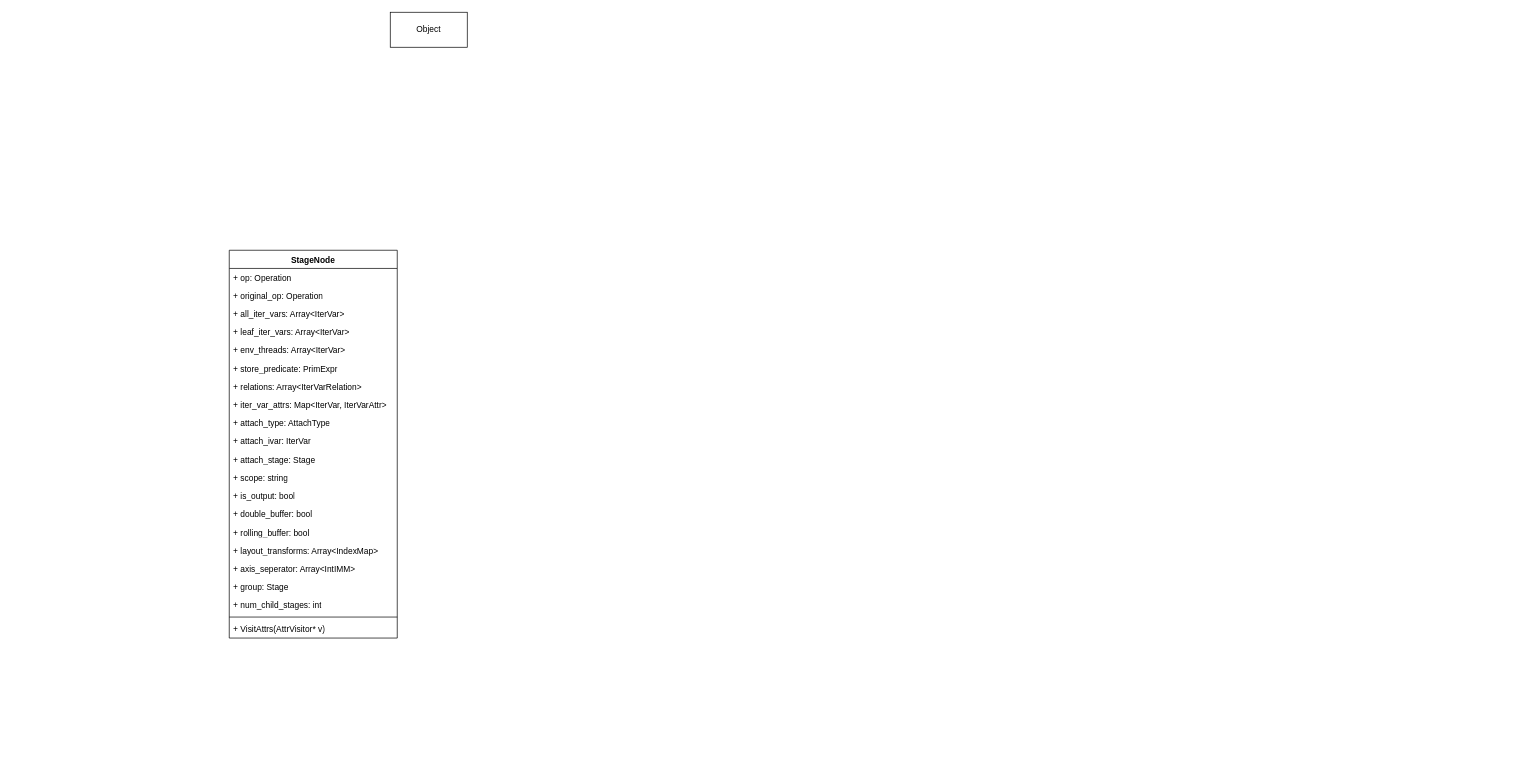
Earlier version of the draw.io diagram page "schedule" (13 of 13) of 未命名绘图.drawio (gdhzyz/draws). Source tidied: cells renumbered, new cells numbered last; positions are measured from the earlier drawing's top-left corner, leaving out a move shared by most shapes. Both pictures are drawn from the tidied source at 70%, with x=0, y=0 at pixel (229, 12).
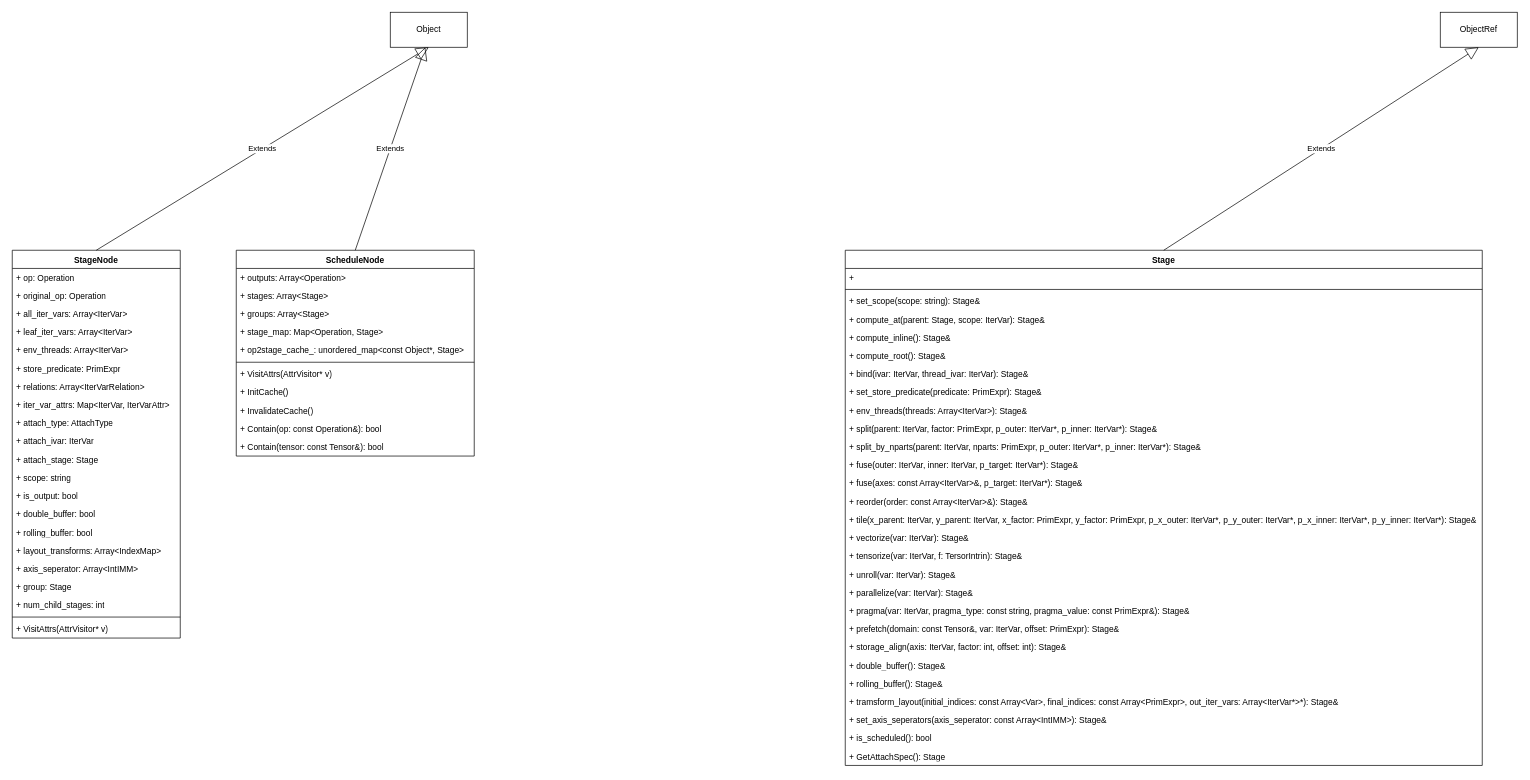
Above is the later version.

Unchanged cells that the change refers to:
```xml
<mxCell id="2" value="Object" style="html=1;whiteSpace=wrap;" parent="1" vertex="1">
  <mxGeometry x="230" width="110" height="50" as="geometry" />
</mxCell>
```

The edit, as a diff of the source:
```diff
@@
     <mxCell id="3" value="StageNode" style="swimlane;fontStyle=1;align=center;verticalAlign=top;horizontal=1;startSize=26;whiteSpace=wrap;html=1;" parent="1" vertex="1">
-      <mxGeometry y="340" width="240" height="554" as="geometry" />
+      <mxGeometry x="-310" y="340" width="240" height="554" as="geometry" />
     </mxCell>
@@
+    <mxCell id="25" value="ObjectRef" style="html=1;whiteSpace=wrap;" parent="1" vertex="1">
+      <mxGeometry x="1730" width="110" height="50" as="geometry" />
+    </mxCell>
+    <mxCell id="26" value="Stage" style="swimlane;fontStyle=1;align=center;verticalAlign=top;horizontal=1;startSize=26;whiteSpace=wrap;html=1;" parent="1" vertex="1">
+      <mxGeometry x="880" y="340" width="910" height="736" as="geometry" />
+    </mxCell>
+    <mxCell id="27" value="+&amp;nbsp;" style="text;strokeColor=none;fillColor=none;align=left;verticalAlign=top;spacingLeft=4;spacingRight=4;overflow=hidden;whiteSpace=wrap;html=1;" parent="26" vertex="1">
+      <mxGeometry y="26" width="910" height="26" as="geometry" />
+    </mxCell>
+    <mxCell id="28" style="line;strokeWidth=1;fillColor=none;align=left;verticalAlign=middle;spacingTop=-1;spacingLeft=3;spacingRight=3;labelPosition=right;strokeColor=inherit;" parent="26" vertex="1">
+      <mxGeometry y="52" width="910" height="8" as="geometry" />
+    </mxCell>
+    <mxCell id="29" value="+ set_scope(scope: string): Stage&amp;amp;" style="text;strokeColor=none;fillColor=none;align=left;verticalAlign=top;spacingLeft=4;spacingRight=4;overflow=hidden;whiteSpace=wrap;html=1;" parent="26" vertex="1">
+      <mxGeometry y="60" width="910" height="26" as="geometry" />
+    </mxCell>
+    <mxCell id="30" value="+ compute_at(parent: Stage, scope: IterVar): Stage&amp;amp;" style="text;strokeColor=none;fillColor=none;align=left;verticalAlign=top;spacingLeft=4;spacingRight=4;overflow=hidden;whiteSpace=wrap;html=1;" parent="26" vertex="1">
+      <mxGeometry y="86" width="910" height="26" as="geometry" />
+    </mxCell>
+    <mxCell id="31" value="+ compute_inline(): Stage&amp;amp;" style="text;strokeColor=none;fillColor=none;align=left;verticalAlign=top;spacingLeft=4;spacingRight=4;overflow=hidden;whiteSpace=wrap;html=1;" parent="26" vertex="1">
+      <mxGeometry y="112" width="910" height="26" as="geometry" />
+    </mxCell>
+    <mxCell id="32" value="+ compute_root(): Stage&amp;amp;" style="text;strokeColor=none;fillColor=none;align=left;verticalAlign=top;spacingLeft=4;spacingRight=4;overflow=hidden;whiteSpace=wrap;html=1;" parent="26" vertex="1">
+      <mxGeometry y="138" width="910" height="26" as="geometry" />
+    </mxCell>
+    <mxCell id="33" value="+ bind(ivar: IterVar, thread_ivar: IterVar): Stage&amp;amp;" style="text;strokeColor=none;fillColor=none;align=left;verticalAlign=top;spacingLeft=4;spacingRight=4;overflow=hidden;whiteSpace=wrap;html=1;" parent="26" vertex="1">
+      <mxGeometry y="164" width="910" height="26" as="geometry" />
+    </mxCell>
+    <mxCell id="34" value="+ set_store_predicate(predicate: PrimExpr): Stage&amp;amp;" style="text;strokeColor=none;fillColor=none;align=left;verticalAlign=top;spacingLeft=4;spacingRight=4;overflow=hidden;whiteSpace=wrap;html=1;" parent="26" vertex="1">
+      <mxGeometry y="190" width="910" height="26" as="geometry" />
+    </mxCell>
+    <mxCell id="35" value="+ env_threads(threads: Array&amp;lt;IterVar&amp;gt;): Stage&amp;amp;" style="text;strokeColor=none;fillColor=none;align=left;verticalAlign=top;spacingLeft=4;spacingRight=4;overflow=hidden;whiteSpace=wrap;html=1;" parent="26" vertex="1">
+      <mxGeometry y="216" width="910" height="26" as="geometry" />
+    </mxCell>
+    <mxCell id="36" value="+ split(parent: IterVar, factor: PrimExpr, p_outer: IterVar*, p_inner: IterVar*): Stage&amp;amp;" style="text;strokeColor=none;fillColor=none;align=left;verticalAlign=top;spacingLeft=4;spacingRight=4;overflow=hidden;whiteSpace=wrap;html=1;" parent="26" vertex="1">
+      <mxGeometry y="242" width="910" height="26" as="geometry" />
+    </mxCell>
+    <mxCell id="37" value="+ split_by_nparts(parent: IterVar, nparts: PrimExpr, p_outer: IterVar*, p_inner: IterVar*): Stage&amp;amp;" style="text;strokeColor=none;fillColor=none;align=left;verticalAlign=top;spacingLeft=4;spacingRight=4;overflow=hidden;whiteSpace=wrap;html=1;" parent="26" vertex="1">
+      <mxGeometry y="268" width="910" height="26" as="geometry" />
+    </mxCell>
+    <mxCell id="38" value="+ fuse(outer: IterVar, inner: IterVar, p_target: IterVar*): Stage&amp;amp;" style="text;strokeColor=none;fillColor=none;align=left;verticalAlign=top;spacingLeft=4;spacingRight=4;overflow=hidden;whiteSpace=wrap;html=1;" parent="26" vertex="1">
+      <mxGeometry y="294" width="910" height="26" as="geometry" />
+    </mxCell>
+    <mxCell id="39" value="+ fuse(axes: const Array&amp;lt;IterVar&amp;gt;&amp;amp;, p_target: IterVar*): Stage&amp;amp;" style="text;strokeColor=none;fillColor=none;align=left;verticalAlign=top;spacingLeft=4;spacingRight=4;overflow=hidden;whiteSpace=wrap;html=1;" parent="26" vertex="1">
+      <mxGeometry y="320" width="910" height="26" as="geometry" />
+    </mxCell>
+    <mxCell id="40" value="+ reorder(order: const Array&amp;lt;IterVar&amp;gt;&amp;amp;): Stage&amp;amp;" style="text;strokeColor=none;fillColor=none;align=left;verticalAlign=top;spacingLeft=4;spacingRight=4;overflow=hidden;whiteSpace=wrap;html=1;" parent="26" vertex="1">
+      <mxGeometry y="346" width="910" height="26" as="geometry" />
+    </mxCell>
+    <mxCell id="41" value="+ tile(x_parent: IterVar, y_parent: IterVar, x_factor: PrimExpr, y_factor: PrimExpr, p_x_outer: IterVar*, p_y_outer: IterVar*, p_x_inner: IterVar*, p_y_inner: IterVar*): Stage&amp;amp;" style="text;strokeColor=none;fillColor=none;align=left;verticalAlign=top;spacingLeft=4;spacingRight=4;overflow=hidden;whiteSpace=wrap;html=1;" parent="26" vertex="1">
+      <mxGeometry y="372" width="910" height="26" as="geometry" />
+    </mxCell>
+    <mxCell id="42" value="+ vectorize(var: IterVar): Stage&amp;amp;" style="text;strokeColor=none;fillColor=none;align=left;verticalAlign=top;spacingLeft=4;spacingRight=4;overflow=hidden;whiteSpace=wrap;html=1;" parent="26" vertex="1">
+      <mxGeometry y="398" width="910" height="26" as="geometry" />
+    </mxCell>
+    <mxCell id="43" value="+ tensorize(var: IterVar, f: TersorIntrin): Stage&amp;amp;" style="text;strokeColor=none;fillColor=none;align=left;verticalAlign=top;spacingLeft=4;spacingRight=4;overflow=hidden;whiteSpace=wrap;html=1;" parent="26" vertex="1">
+      <mxGeometry y="424" width="910" height="26" as="geometry" />
+    </mxCell>
+    <mxCell id="44" value="+ unroll(var: IterVar): Stage&amp;amp;" style="text;strokeColor=none;fillColor=none;align=left;verticalAlign=top;spacingLeft=4;spacingRight=4;overflow=hidden;whiteSpace=wrap;html=1;" parent="26" vertex="1">
+      <mxGeometry y="450" width="910" height="26" as="geometry" />
+    </mxCell>
+    <mxCell id="45" value="+ parallelize(var: IterVar): Stage&amp;amp;" style="text;strokeColor=none;fillColor=none;align=left;verticalAlign=top;spacingLeft=4;spacingRight=4;overflow=hidden;whiteSpace=wrap;html=1;" parent="26" vertex="1">
+      <mxGeometry y="476" width="910" height="26" as="geometry" />
+    </mxCell>
+    <mxCell id="46" value="+ pragma(var: IterVar, pragma_type: const string, pragma_value: const PrimExpr&amp;amp;): Stage&amp;amp;" style="text;strokeColor=none;fillColor=none;align=left;verticalAlign=top;spacingLeft=4;spacingRight=4;overflow=hidden;whiteSpace=wrap;html=1;" parent="26" vertex="1">
+      <mxGeometry y="502" width="910" height="26" as="geometry" />
+    </mxCell>
+    <mxCell id="47" value="+ prefetch(domain: const Tensor&amp;amp;, var: IterVar, offset: PrimExpr): Stage&amp;amp;" style="text;strokeColor=none;fillColor=none;align=left;verticalAlign=top;spacingLeft=4;spacingRight=4;overflow=hidden;whiteSpace=wrap;html=1;" parent="26" vertex="1">
+      <mxGeometry y="528" width="910" height="26" as="geometry" />
+    </mxCell>
+    <mxCell id="48" value="+ storage_align(axis: IterVar, factor: int, offset: int): Stage&amp;amp;" style="text;strokeColor=none;fillColor=none;align=left;verticalAlign=top;spacingLeft=4;spacingRight=4;overflow=hidden;whiteSpace=wrap;html=1;" parent="26" vertex="1">
+      <mxGeometry y="554" width="910" height="26" as="geometry" />
+    </mxCell>
+    <mxCell id="49" value="+ double_buffer(): Stage&amp;amp;" style="text;strokeColor=none;fillColor=none;align=left;verticalAlign=top;spacingLeft=4;spacingRight=4;overflow=hidden;whiteSpace=wrap;html=1;" parent="26" vertex="1">
+      <mxGeometry y="580" width="910" height="26" as="geometry" />
+    </mxCell>
+    <mxCell id="50" value="+ rolling_buffer(): Stage&amp;amp;" style="text;strokeColor=none;fillColor=none;align=left;verticalAlign=top;spacingLeft=4;spacingRight=4;overflow=hidden;whiteSpace=wrap;html=1;" parent="26" vertex="1">
+      <mxGeometry y="606" width="910" height="26" as="geometry" />
+    </mxCell>
+    <mxCell id="51" value="+ tramsform_layout(initial_indices: const Array&amp;lt;Var&amp;gt;, final_indices: const Array&amp;lt;PrimExpr&amp;gt;, out_iter_vars: Array&amp;lt;IterVar*&amp;gt;*): Stage&amp;amp;" style="text;strokeColor=none;fillColor=none;align=left;verticalAlign=top;spacingLeft=4;spacingRight=4;overflow=hidden;whiteSpace=wrap;html=1;" parent="26" vertex="1">
+      <mxGeometry y="632" width="910" height="26" as="geometry" />
+    </mxCell>
+    <mxCell id="52" value="+ set_axis_seperators(axis_seperator: const Array&amp;lt;IntIMM&amp;gt;): Stage&amp;amp;" style="text;strokeColor=none;fillColor=none;align=left;verticalAlign=top;spacingLeft=4;spacingRight=4;overflow=hidden;whiteSpace=wrap;html=1;" parent="26" vertex="1">
+      <mxGeometry y="658" width="910" height="26" as="geometry" />
+    </mxCell>
+    <mxCell id="53" value="+ is_scheduled(): bool" style="text;strokeColor=none;fillColor=none;align=left;verticalAlign=top;spacingLeft=4;spacingRight=4;overflow=hidden;whiteSpace=wrap;html=1;" parent="26" vertex="1">
+      <mxGeometry y="684" width="910" height="26" as="geometry" />
+    </mxCell>
+    <mxCell id="54" value="+ GetAttachSpec(): Stage" style="text;strokeColor=none;fillColor=none;align=left;verticalAlign=top;spacingLeft=4;spacingRight=4;overflow=hidden;whiteSpace=wrap;html=1;" parent="26" vertex="1">
+      <mxGeometry y="710" width="910" height="26" as="geometry" />
+    </mxCell>
+    <mxCell id="55" value="Extends" style="endArrow=block;endSize=16;endFill=0;html=1;rounded=0;exitX=0.5;exitY=0;exitDx=0;exitDy=0;entryX=0.5;entryY=1;entryDx=0;entryDy=0;" parent="1" edge="1" source="3" target="2">
+      <mxGeometry relative="1" as="geometry" />
+    </mxCell>
+    <mxCell id="56" value="Extends" style="endArrow=block;endSize=16;endFill=0;html=1;rounded=0;exitX=0.5;exitY=0;exitDx=0;exitDy=0;entryX=0.5;entryY=1;entryDx=0;entryDy=0;" parent="1" edge="1" source="26" target="25">
+      <mxGeometry relative="1" as="geometry" />
+    </mxCell>
+    <mxCell id="57" value="ScheduleNode" style="swimlane;fontStyle=1;align=center;verticalAlign=top;horizontal=1;startSize=26;whiteSpace=wrap;html=1;" parent="1" vertex="1">
+      <mxGeometry x="10" y="340" width="340" height="294" as="geometry" />
+    </mxCell>
+    <mxCell id="58" value="+ outputs: Array&amp;lt;Operation&amp;gt;" style="text;strokeColor=none;fillColor=none;align=left;verticalAlign=top;spacingLeft=4;spacingRight=4;overflow=hidden;whiteSpace=wrap;html=1;" parent="57" vertex="1">
+      <mxGeometry y="26" width="340" height="26" as="geometry" />
+    </mxCell>
+    <mxCell id="59" value="+ stages: Array&amp;lt;Stage&amp;gt;" style="text;strokeColor=none;fillColor=none;align=left;verticalAlign=top;spacingLeft=4;spacingRight=4;overflow=hidden;whiteSpace=wrap;html=1;" parent="57" vertex="1">
+      <mxGeometry y="52" width="340" height="26" as="geometry" />
+    </mxCell>
+    <mxCell id="60" value="+ groups: Array&amp;lt;Stage&amp;gt;" style="text;strokeColor=none;fillColor=none;align=left;verticalAlign=top;spacingLeft=4;spacingRight=4;overflow=hidden;whiteSpace=wrap;html=1;" parent="57" vertex="1">
+      <mxGeometry y="78" width="340" height="26" as="geometry" />
+    </mxCell>
+    <mxCell id="61" value="+ stage_map: Map&amp;lt;Operation, Stage&amp;gt;" style="text;strokeColor=none;fillColor=none;align=left;verticalAlign=top;spacingLeft=4;spacingRight=4;overflow=hidden;whiteSpace=wrap;html=1;" parent="57" vertex="1">
+      <mxGeometry y="104" width="340" height="26" as="geometry" />
+    </mxCell>
+    <mxCell id="62" value="+ op2stage_cache_: unordered_map&amp;lt;const Object*, Stage&amp;gt;" style="text;strokeColor=none;fillColor=none;align=left;verticalAlign=top;spacingLeft=4;spacingRight=4;overflow=hidden;whiteSpace=wrap;html=1;" parent="57" vertex="1">
+      <mxGeometry y="130" width="340" height="26" as="geometry" />
+    </mxCell>
+    <mxCell id="63" style="line;strokeWidth=1;fillColor=none;align=left;verticalAlign=middle;spacingTop=-1;spacingLeft=3;spacingRight=3;labelPosition=right;strokeColor=inherit;" parent="57" vertex="1">
+      <mxGeometry y="156" width="340" height="8" as="geometry" />
+    </mxCell>
+    <mxCell id="64" value="+ VisitAttrs(AttrVisitor* v)" style="text;strokeColor=none;fillColor=none;align=left;verticalAlign=top;spacingLeft=4;spacingRight=4;overflow=hidden;whiteSpace=wrap;html=1;" parent="57" vertex="1">
+      <mxGeometry y="164" width="340" height="26" as="geometry" />
+    </mxCell>
+    <mxCell id="65" value="+ InitCache()" style="text;strokeColor=none;fillColor=none;align=left;verticalAlign=top;spacingLeft=4;spacingRight=4;overflow=hidden;whiteSpace=wrap;html=1;" parent="57" vertex="1">
+      <mxGeometry y="190" width="340" height="26" as="geometry" />
+    </mxCell>
+    <mxCell id="66" value="+ InvalidateCache()" style="text;strokeColor=none;fillColor=none;align=left;verticalAlign=top;spacingLeft=4;spacingRight=4;overflow=hidden;whiteSpace=wrap;html=1;" parent="57" vertex="1">
+      <mxGeometry y="216" width="340" height="26" as="geometry" />
+    </mxCell>
+    <mxCell id="67" value="+ Contain(op: const Operation&amp;amp;): bool" style="text;strokeColor=none;fillColor=none;align=left;verticalAlign=top;spacingLeft=4;spacingRight=4;overflow=hidden;whiteSpace=wrap;html=1;" parent="57" vertex="1">
+      <mxGeometry y="242" width="340" height="26" as="geometry" />
+    </mxCell>
+    <mxCell id="68" value="+ Contain(tensor: const Tensor&amp;amp;): bool" style="text;strokeColor=none;fillColor=none;align=left;verticalAlign=top;spacingLeft=4;spacingRight=4;overflow=hidden;whiteSpace=wrap;html=1;" parent="57" vertex="1">
+      <mxGeometry y="268" width="340" height="26" as="geometry" />
+    </mxCell>
+    <mxCell id="69" value="Extends" style="endArrow=block;endSize=16;endFill=0;html=1;rounded=0;exitX=0.5;exitY=0;exitDx=0;exitDy=0;" parent="1" edge="1" source="57">
+      <mxGeometry relative="1" as="geometry">
+        <mxPoint x="280" y="50" as="targetPoint" />
+      </mxGeometry>
+    </mxCell>
```
